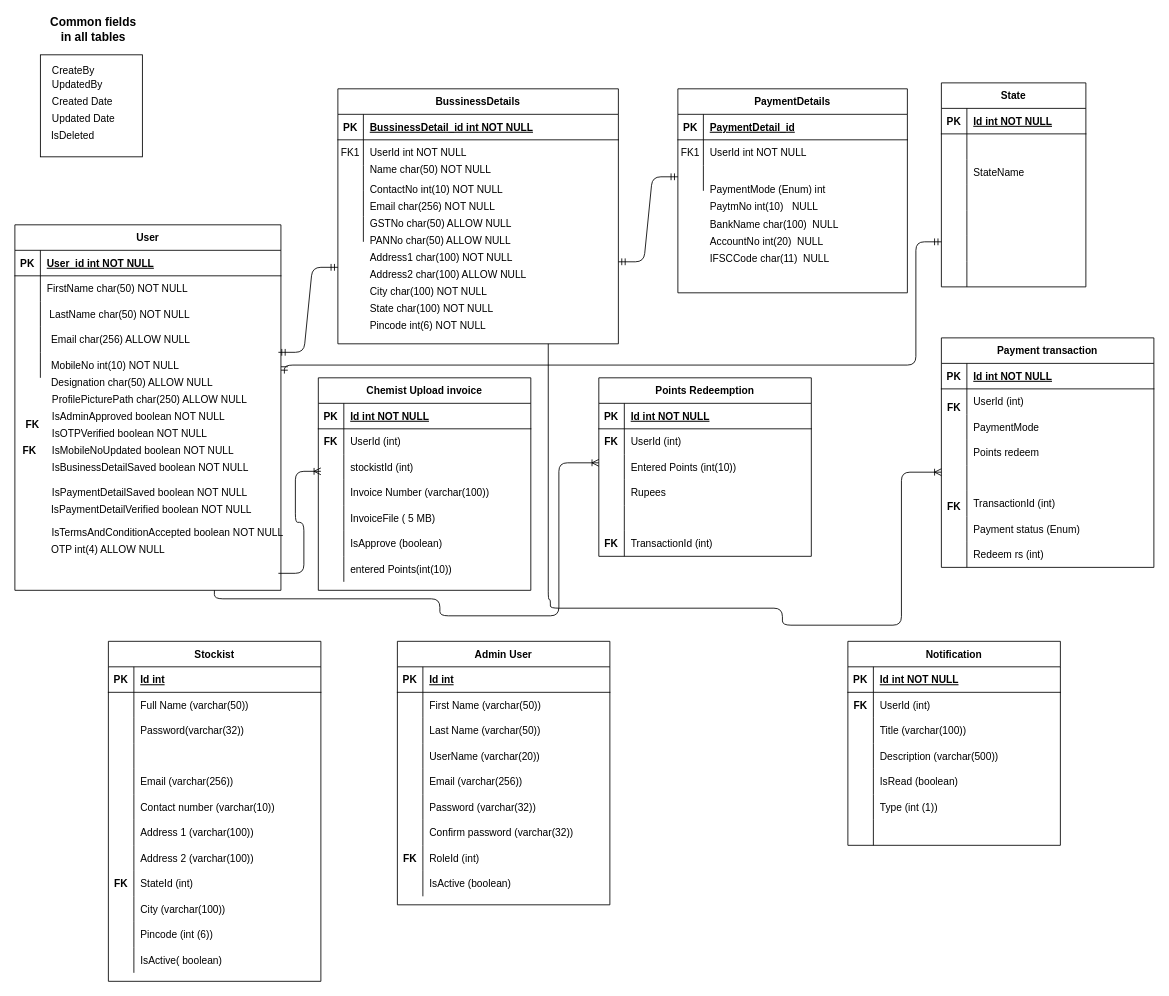
Earlier version of the draw.io diagram ProfitorERD.drawio (NirikshaSoni/TestProject). Source tidied: cells renumbered, new cells numbered last; positions are measured from the earlier drawing's top-left corner, leaving out a move shared by most shapes. Both pictures are drawn from the tidied source at 85%, with x=0, y=0 at pixel (14, 20).
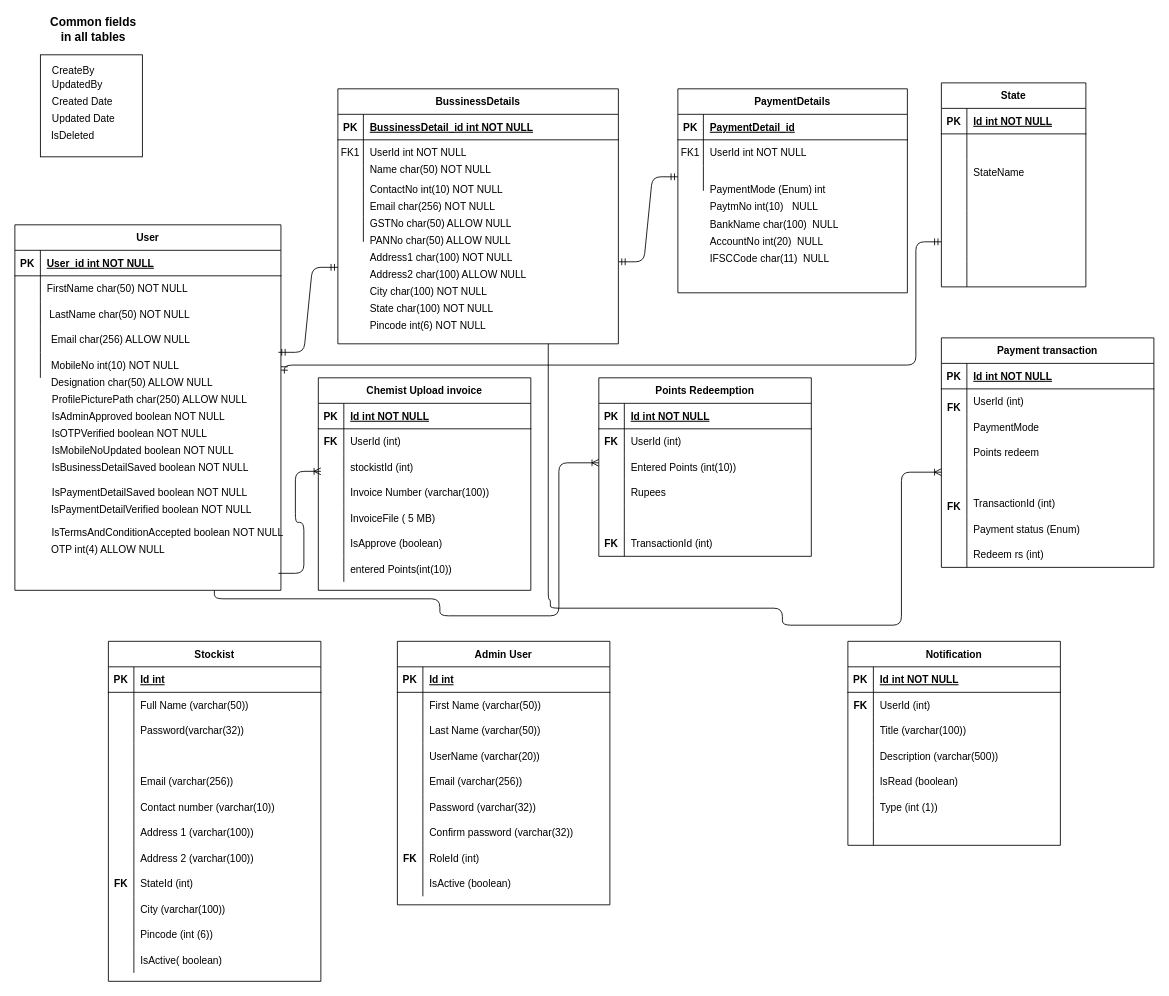
The same page after the edit.

Change to the diagram source:
```diff
@@
-    <mxCell id="72" value="FK" style="shape=partialRectangle;overflow=hidden;fillColor=none;top=0;left=0;bottom=0;right=0;fontStyle=1;" parent="1" vertex="1">
-      <mxGeometry x="6" y="460" width="30" height="30" as="geometry" />
-    </mxCell>
-    <mxCell id="73" value="FK" style="shape=partialRectangle;overflow=hidden;fillColor=none;top=0;left=0;bottom=0;right=0;fontStyle=1;" parent="1" vertex="1">
-      <mxGeometry x="2.5" y="490" width="30" height="30" as="geometry" />
-    </mxCell>
```
